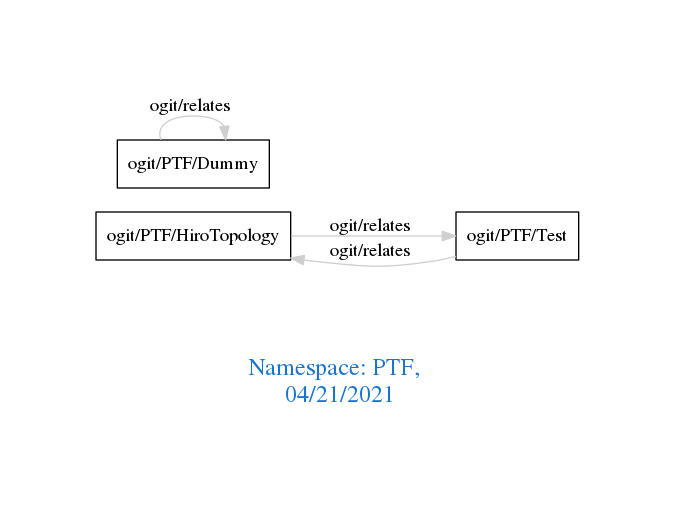
This is downloads/PTF.png from arago/OGIT, a Graphviz export, as it was before one commit. Its source is kept beside it as downloads/PTF.dot.
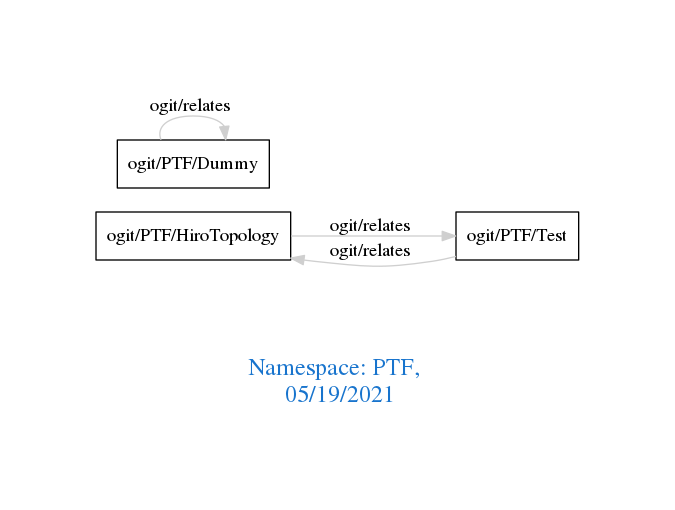
After the commit.

Diff of the diagram source:
```diff
@@ -1,7 +1,7 @@
 digraph OGIT_ontology {
  graph [ rankdir= LR,pad=1
 fontsize = 18,
-fontcolor= dodgerblue3,label = "\n\n\nNamespace: PTF, \n 04/21/2021"];
+fontcolor= dodgerblue3,label = "\n\n\nNamespace: PTF, \n 05/19/2021"];
 node[shape=polygon];
 edge [  color="gray81"];
 
```
